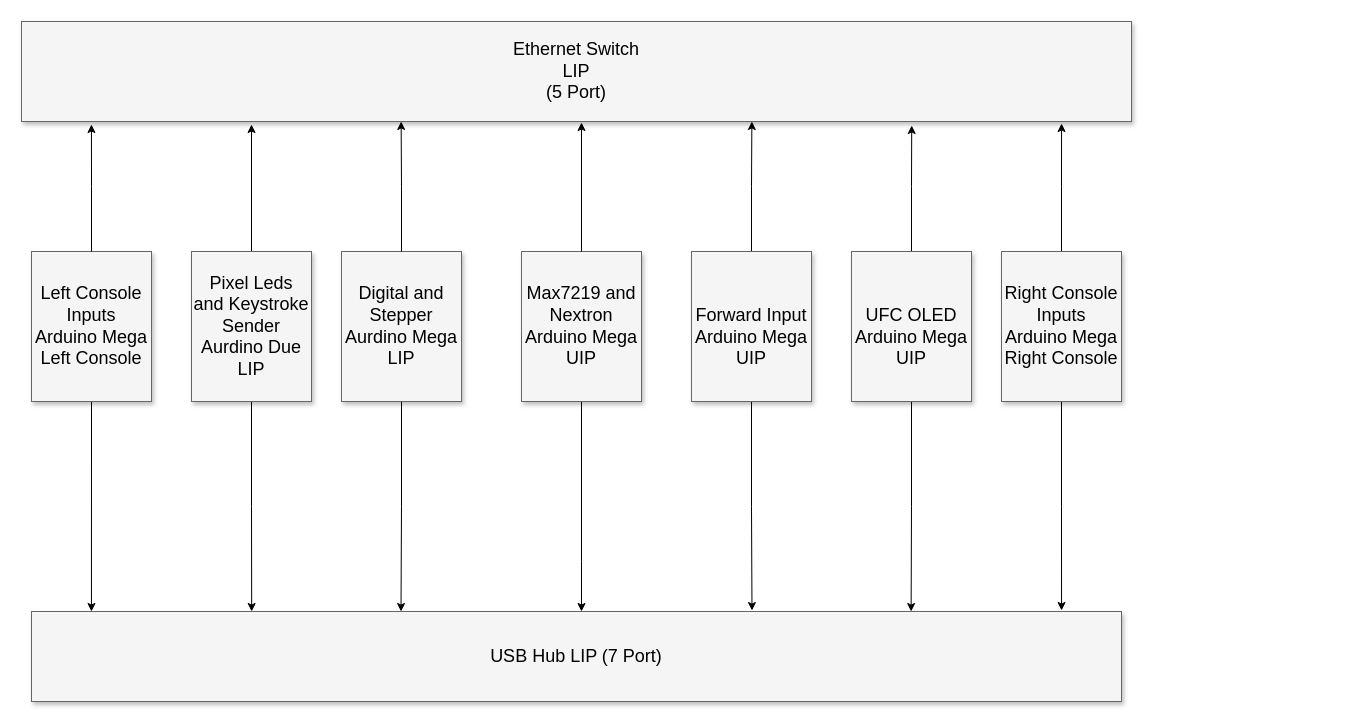
Above: Hornet Documentation/Hornet High-Level Connectivity .drawio in bnepethomas/bne-arduino-flight-simulator-interfaces (draw.io), before the change. Source tidied: cells renumbered, new cells numbered last; positions are measured from the earlier drawing's top-left corner, leaving out a move shared by most shapes. Both pictures are drawn from the tidied source at 100%, with x=0, y=0 at pixel (21, 21).
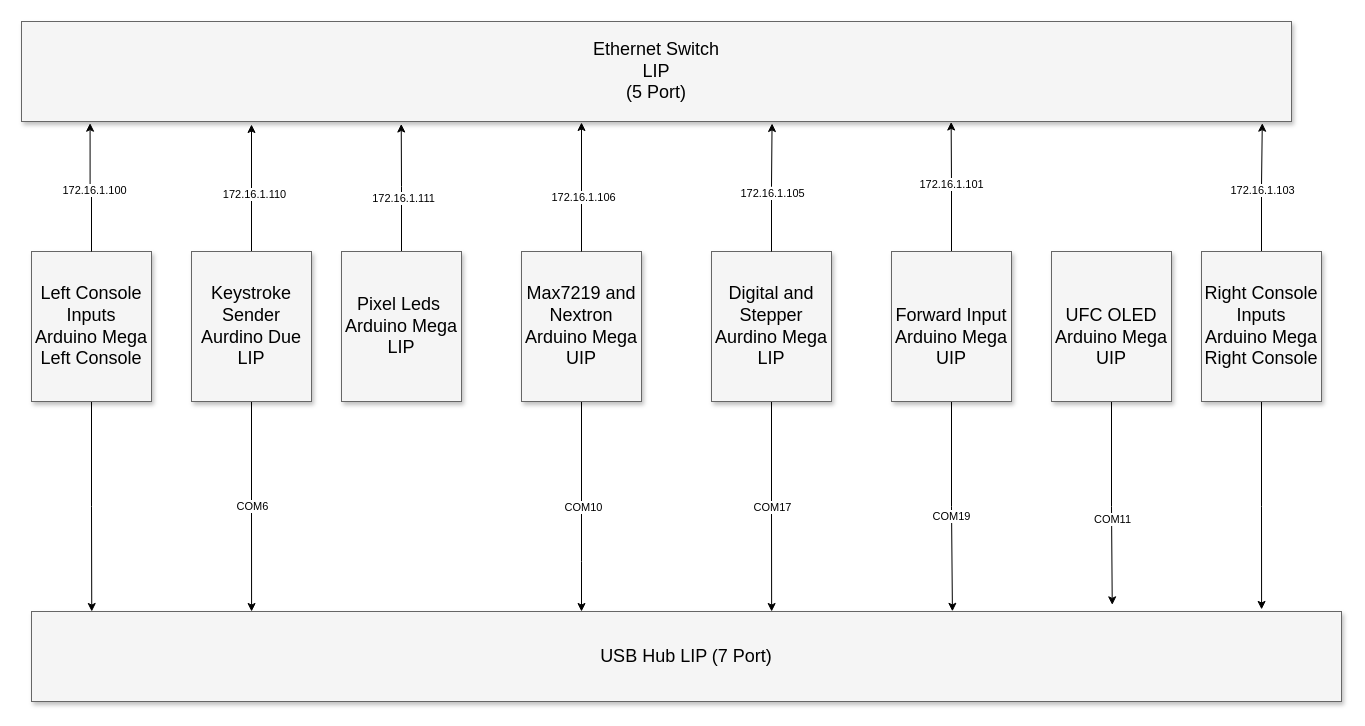
The same page after the edit.

The change refers to these unchanged cells:
```xml
<mxCell id="3" style="edgeStyle=orthogonalEdgeStyle;rounded=0;jettySize=auto;html=1;exitX=0.5;exitY=1;exitDx=0;exitDy=0;" parent="1" edge="1" source="4" target="2">
  <mxGeometry relative="1" as="geometry">
    <Array as="points">
      <mxPoint x="560" y="540" />
      <mxPoint x="560" y="540" />
    </Array>
  </mxGeometry>
</mxCell>
<mxCell id="11" style="edgeStyle=orthogonalEdgeStyle;rounded=0;jettySize=auto;html=1;" parent="1" edge="1" source="13">
  <mxGeometry relative="1" as="geometry">
    <mxPoint x="230" y="103" as="targetPoint" />
    <Array as="points">
      <mxPoint x="230" y="103" />
    </Array>
  </mxGeometry>
</mxCell>
<mxCell id="18" style="edgeStyle=orthogonalEdgeStyle;rounded=0;jettySize=auto;html=1;exitX=0.5;exitY=0;exitDx=0;exitDy=0;" parent="1" edge="1" source="4">
  <mxGeometry relative="1" as="geometry">
    <mxPoint x="560" y="101" as="targetPoint" />
    <Array as="points">
      <mxPoint x="560" y="101" />
    </Array>
  </mxGeometry>
</mxCell>
<mxCell id="20" value="Left Console Inputs&lt;br&gt;Arduino Mega&lt;br&gt;Left Console" style="whiteSpace=wrap;html=1;shadow=1;fontSize=18;fillColor=#f5f5f5;strokeColor=#666666;" parent="1" vertex="1">
  <mxGeometry x="10" y="230" width="120" height="150" as="geometry" />
</mxCell>
```

Diff of the diagram source:
```diff
@@
     <mxCell id="2" value="USB Hub LIP (7 Port)" style="whiteSpace=wrap;html=1;shadow=1;fontSize=18;fillColor=#f5f5f5;strokeColor=#666666;" parent="1" vertex="1">
-      <mxGeometry x="10" y="590" width="1090" height="90" as="geometry" />
+      <mxGeometry x="10" y="590" width="1310" height="90" as="geometry" />
     </mxCell>
@@
+    <mxCell id="25" value="COM10" style="edgeLabel;html=1;align=center;verticalAlign=middle;" parent="3" vertex="1">
+      <mxGeometry y="1" relative="1" as="geometry" />
+    </mxCell>
@@
-    <mxCell id="5" style="edgeStyle=orthogonalEdgeStyle;rounded=0;jettySize=auto;html=1;entryX=0.339;entryY=0;entryDx=0;entryDy=0;entryPerimeter=0;" parent="1" edge="1" source="6" target="2">
+    <mxCell id="5" style="edgeStyle=orthogonalEdgeStyle;rounded=0;jettySize=auto;html=1;entryX=0.565;entryY=0;entryDx=0;entryDy=0;entryPerimeter=0;" parent="1" edge="1" source="6" target="2">
       <mxGeometry relative="1" as="geometry" />
     </mxCell>
+    <mxCell id="26" value="COM17" style="edgeLabel;html=1;align=center;verticalAlign=middle;" parent="5" vertex="1">
+      <mxGeometry x="0.01" relative="1" as="geometry" />
+    </mxCell>
     <mxCell id="6" value="Digital and Stepper Aurdino Mega&lt;br&gt;LIP" style="whiteSpace=wrap;html=1;shadow=1;fontSize=18;fillColor=#f5f5f5;strokeColor=#666666;" parent="1" vertex="1">
-      <mxGeometry x="320" y="230" width="120" height="150" as="geometry" />
+      <mxGeometry x="690" y="230" width="120" height="150" as="geometry" />
     </mxCell>
     <mxCell id="7" value="Ethernet Switch&lt;br&gt;LIP&lt;br&gt;(5 Port)" style="whiteSpace=wrap;html=1;shadow=1;fontSize=18;fillColor=#f5f5f5;strokeColor=#666666;" parent="1" vertex="1">
-      <mxGeometry width="1110" height="100" as="geometry" />
+      <mxGeometry width="1270" height="100" as="geometry" />
     </mxCell>
-    <mxCell id="8" style="edgeStyle=orthogonalEdgeStyle;rounded=0;jettySize=auto;html=1;exitX=0.5;exitY=0;exitDx=0;exitDy=0;entryX=0.658;entryY=1;entryDx=0;entryDy=0;entryPerimeter=0;" parent="1" edge="1" source="10" target="7">
+    <mxCell id="8" style="edgeStyle=orthogonalEdgeStyle;rounded=0;jettySize=auto;html=1;exitX=0.5;exitY=0;exitDx=0;exitDy=0;entryX=0.732;entryY=1.005;entryDx=0;entryDy=0;entryPerimeter=0;" parent="1" edge="1" source="10" target="7">
       <mxGeometry relative="1" as="geometry" />
     </mxCell>
+    <mxCell id="27" value="172.16.1.101" style="edgeLabel;html=1;align=center;verticalAlign=middle;" parent="8" vertex="1">
+      <mxGeometry x="0.05" relative="1" as="geometry" />
+    </mxCell>
-    <mxCell id="9" style="edgeStyle=orthogonalEdgeStyle;rounded=0;jettySize=auto;html=1;exitX=0.5;exitY=1;exitDx=0;exitDy=0;entryX=0.661;entryY=-0.011;entryDx=0;entryDy=0;entryPerimeter=0;" parent="1" edge="1" source="10" target="2">
+    <mxCell id="9" style="edgeStyle=orthogonalEdgeStyle;rounded=0;jettySize=auto;html=1;exitX=0.5;exitY=1;exitDx=0;exitDy=0;entryX=0.703;entryY=-0.002;entryDx=0;entryDy=0;entryPerimeter=0;" parent="1" edge="1" source="10" target="2">
       <mxGeometry relative="1" as="geometry" />
     </mxCell>
+    <mxCell id="28" value="COM19" style="edgeLabel;html=1;align=center;verticalAlign=middle;" parent="9" vertex="1">
+      <mxGeometry x="0.09" y="-1" relative="1" as="geometry" />
+    </mxCell>
     <mxCell id="10" value="&lt;br&gt;Forward Input&lt;br&gt;Arduino Mega&lt;br&gt;UIP" style="whiteSpace=wrap;html=1;shadow=1;fontSize=18;fillColor=#f5f5f5;strokeColor=#666666;" parent="1" vertex="1">
-      <mxGeometry x="670" y="230" width="120" height="150" as="geometry" />
+      <mxGeometry x="870" y="230" width="120" height="150" as="geometry" />
     </mxCell>
@@
+    <mxCell id="29" value="172.16.1.110" style="edgeLabel;html=1;align=center;verticalAlign=middle;" parent="11" vertex="1">
+      <mxGeometry x="-0.08" y="-2" relative="1" as="geometry" />
+    </mxCell>
-    <mxCell id="12" style="edgeStyle=orthogonalEdgeStyle;rounded=0;jettySize=auto;html=1;exitX=0.5;exitY=1;exitDx=0;exitDy=0;entryX=0.202;entryY=0;entryDx=0;entryDy=0;entryPerimeter=0;" parent="1" edge="1" source="13" target="2">
+    <mxCell id="12" style="edgeStyle=orthogonalEdgeStyle;rounded=0;jettySize=auto;html=1;entryX=0.168;entryY=0;entryDx=0;entryDy=0;entryPerimeter=0;" parent="1" edge="1" source="13" target="2">
       <mxGeometry relative="1" as="geometry" />
     </mxCell>
+    <mxCell id="30" value="COM6" style="edgeLabel;html=1;align=center;verticalAlign=middle;" parent="12" vertex="1">
+      <mxGeometry x="-0.01" relative="1" as="geometry" />
+    </mxCell>
-    <mxCell id="13" value="Pixel Leds and Keystroke Sender&lt;br&gt;Aurdino Due&lt;br&gt;LIP" style="whiteSpace=wrap;html=1;shadow=1;fontSize=18;fillColor=#f5f5f5;strokeColor=#666666;" parent="1" vertex="1">
+    <mxCell id="13" value="Keystroke Sender&lt;br&gt;Aurdino Due&lt;br&gt;LIP" style="whiteSpace=wrap;html=1;shadow=1;fontSize=18;fillColor=#f5f5f5;strokeColor=#666666;" parent="1" vertex="1">
       <mxGeometry x="170" y="230" width="120" height="150" as="geometry" />
     </mxCell>
-    <mxCell id="14" style="edgeStyle=orthogonalEdgeStyle;rounded=0;jettySize=auto;html=1;exitX=0.5;exitY=0;exitDx=0;exitDy=0;entryX=0.802;entryY=1.04;entryDx=0;entryDy=0;entryPerimeter=0;" parent="1" edge="1" source="16" target="7">
-      <mxGeometry relative="1" as="geometry" />
-    </mxCell>
-    <mxCell id="15" style="edgeStyle=orthogonalEdgeStyle;rounded=0;jettySize=auto;html=1;exitX=0.5;exitY=1;exitDx=0;exitDy=0;entryX=0.807;entryY=0;entryDx=0;entryDy=0;entryPerimeter=0;" parent="1" edge="1" source="16" target="2">
+    <mxCell id="15" style="edgeStyle=orthogonalEdgeStyle;rounded=0;jettySize=auto;html=1;exitX=0.5;exitY=1;exitDx=0;exitDy=0;entryX=0.825;entryY=-0.074;entryDx=0;entryDy=0;entryPerimeter=0;" parent="1" edge="1" source="16" target="2">
       <mxGeometry relative="1" as="geometry" />
     </mxCell>
+    <mxCell id="31" value="COM11" style="edgeLabel;html=1;align=center;verticalAlign=middle;" parent="15" vertex="1">
+      <mxGeometry x="0.16" relative="1" as="geometry" />
+    </mxCell>
     <mxCell id="16" value="&lt;br&gt;UFC OLED&lt;br&gt;Arduino Mega&lt;br&gt;UIP" style="whiteSpace=wrap;html=1;shadow=1;fontSize=18;fillColor=#f5f5f5;strokeColor=#666666;" parent="1" vertex="1">
-      <mxGeometry x="830" y="230" width="120" height="150" as="geometry" />
+      <mxGeometry x="1030" y="230" width="120" height="150" as="geometry" />
     </mxCell>
-    <mxCell id="17" style="edgeStyle=orthogonalEdgeStyle;rounded=0;jettySize=auto;html=1;exitX=0.5;exitY=0;exitDx=0;exitDy=0;entryX=0.342;entryY=1;entryDx=0;entryDy=0;entryPerimeter=0;" parent="1" edge="1" source="6" target="7">
+    <mxCell id="17" style="edgeStyle=orthogonalEdgeStyle;rounded=0;jettySize=auto;html=1;exitX=0.5;exitY=0;exitDx=0;exitDy=0;entryX=0.591;entryY=1.02;entryDx=0;entryDy=0;entryPerimeter=0;" parent="1" edge="1" source="6" target="7">
       <mxGeometry relative="1" as="geometry" />
     </mxCell>
+    <mxCell id="32" value="172.16.1.105" style="edgeLabel;html=1;align=center;verticalAlign=middle;" parent="17" vertex="1">
+      <mxGeometry x="-0.08" y="1" relative="1" as="geometry">
+        <mxPoint x="1" as="offset" />
+      </mxGeometry>
+    </mxCell>
@@
+    <mxCell id="33" value="172.16.1.106" style="edgeLabel;html=1;align=center;verticalAlign=middle;" parent="18" vertex="1">
+      <mxGeometry x="-0.15" relative="1" as="geometry">
+        <mxPoint x="1" as="offset" />
+      </mxGeometry>
+    </mxCell>
-    <mxCell id="19" style="edgeStyle=orthogonalEdgeStyle;rounded=0;jettySize=auto;html=1;exitX=0.5;exitY=1;exitDx=0;exitDy=0;entryX=0.055;entryY=0;entryDx=0;entryDy=0;entryPerimeter=0;" parent="1" edge="1" source="20" target="2">
+    <mxCell id="19" style="edgeStyle=orthogonalEdgeStyle;rounded=0;jettySize=auto;html=1;entryX=0.046;entryY=0;entryDx=0;entryDy=0;entryPerimeter=0;" parent="1" edge="1" source="20" target="2">
       <mxGeometry relative="1" as="geometry" />
     </mxCell>
@@
-    <mxCell id="21" style="edgeStyle=orthogonalEdgeStyle;rounded=0;jettySize=auto;html=1;exitX=0.5;exitY=0;exitDx=0;exitDy=0;entryX=0.937;entryY=1.02;entryDx=0;entryDy=0;entryPerimeter=0;" parent="1" edge="1" source="23" target="7">
+    <mxCell id="21" style="edgeStyle=orthogonalEdgeStyle;rounded=0;jettySize=auto;html=1;exitX=0.5;exitY=0;exitDx=0;exitDy=0;entryX=0.977;entryY=1.017;entryDx=0;entryDy=0;entryPerimeter=0;" parent="1" edge="1" source="23" target="7">
       <mxGeometry relative="1" as="geometry" />
     </mxCell>
+    <mxCell id="34" value="172.16.1.103" style="edgeLabel;html=1;align=center;verticalAlign=middle;" parent="21" vertex="1">
+      <mxGeometry x="-0.04" relative="1" as="geometry" />
+    </mxCell>
-    <mxCell id="22" style="edgeStyle=orthogonalEdgeStyle;rounded=0;jettySize=auto;html=1;exitX=0.5;exitY=1;exitDx=0;exitDy=0;entryX=0.945;entryY=-0.011;entryDx=0;entryDy=0;entryPerimeter=0;" parent="1" edge="1" source="23" target="2">
+    <mxCell id="22" style="edgeStyle=orthogonalEdgeStyle;rounded=0;jettySize=auto;html=1;exitX=0.5;exitY=1;exitDx=0;exitDy=0;entryX=0.939;entryY=-0.023;entryDx=0;entryDy=0;entryPerimeter=0;" parent="1" edge="1" source="23" target="2">
       <mxGeometry relative="1" as="geometry" />
     </mxCell>
     <mxCell id="23" value="Right Console Inputs&lt;br&gt;Arduino Mega&lt;br&gt;Right Console" style="whiteSpace=wrap;html=1;shadow=1;fontSize=18;fillColor=#f5f5f5;strokeColor=#666666;" parent="1" vertex="1">
-      <mxGeometry x="980" y="230" width="120" height="150" as="geometry" />
+      <mxGeometry x="1180" y="230" width="120" height="150" as="geometry" />
     </mxCell>
-    <mxCell id="24" style="edgeStyle=orthogonalEdgeStyle;rounded=0;jettySize=auto;html=1;entryX=0.063;entryY=1.03;entryDx=0;entryDy=0;entryPerimeter=0;exitX=0.5;exitY=0;exitDx=0;exitDy=0;" parent="1" edge="1" source="20" target="7">
+    <mxCell id="24" style="edgeStyle=orthogonalEdgeStyle;rounded=0;jettySize=auto;html=1;entryX=0.054;entryY=1.017;entryDx=0;entryDy=0;entryPerimeter=0;exitX=0.5;exitY=0;exitDx=0;exitDy=0;" parent="1" edge="1" source="20" target="7">
       <mxGeometry relative="1" as="geometry" />
     </mxCell>
+    <mxCell id="35" value="172.16.1.100" style="edgeLabel;html=1;align=center;verticalAlign=middle;" parent="24" vertex="1">
+      <mxGeometry x="-0.05" y="-2" relative="1" as="geometry" />
+    </mxCell>
+    <mxCell id="36" style="edgeStyle=orthogonalEdgeStyle;rounded=0;jettySize=auto;html=1;entryX=0.299;entryY=1.025;entryDx=0;entryDy=0;entryPerimeter=0;" parent="1" edge="1" source="38" target="7">
+      <mxGeometry relative="1" as="geometry" />
+    </mxCell>
+    <mxCell id="37" value="172.16.1.111" style="edgeLabel;html=1;align=center;verticalAlign=middle;" parent="36" vertex="1">
+      <mxGeometry x="-0.15" relative="1" as="geometry">
+        <mxPoint x="1" as="offset" />
+      </mxGeometry>
+    </mxCell>
+    <mxCell id="38" value="Pixel Leds&amp;nbsp;&lt;br&gt;Arduino Mega&lt;br&gt;LIP" style="whiteSpace=wrap;html=1;shadow=1;fontSize=18;fillColor=#f5f5f5;strokeColor=#666666;" parent="1" vertex="1">
+      <mxGeometry x="320" y="230" width="120" height="150" as="geometry" />
+    </mxCell>
```
